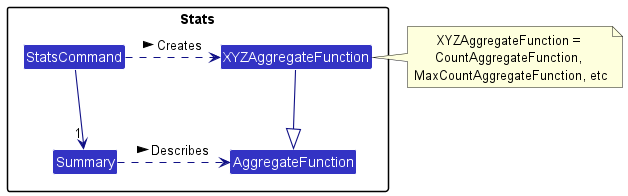
Above: docs/images/developerGuide/StatsCommandClassDiagram.png in nus-cs2103-AY2223S2/tp (PlantUML), before the change. Source of this version:
```plantuml
@startuml
!include ../style.puml
skinparam arrowThickness 1.1
skinparam arrowColor LOGIC_COLOR_T4
skinparam classBackgroundColor LOGIC_COLOR

package Stats {
Class StatsCommand
Class AggregateFunction
Class XYZAggregateFunction
Class Summary
}

StatsCommand .> XYZAggregateFunction : Creates >
XYZAggregateFunction --|> AggregateFunction
StatsCommand -DOWN-> "1" Summary
Summary .> AggregateFunction :Describes >

note right of XYZAggregateFunction: XYZAggregateFunction = \nCountAggregateFunction, \nMaxCountAggregateFunction, etc

@enduml
```
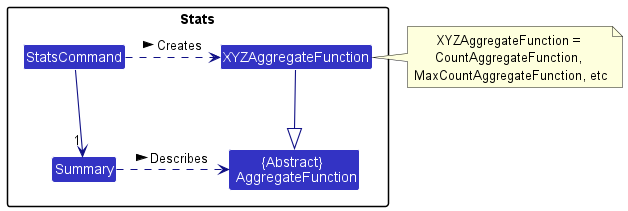
After the change.

Commit message:
Update class diagram for stats command

Diff of the diagram source:
```diff
@@ -6,15 +6,15 @@
 
 package Stats {
 Class StatsCommand
-Class AggregateFunction
+Class "{Abstract} \n AggregateFunction"
 Class XYZAggregateFunction
 Class Summary
 }
 
 StatsCommand .> XYZAggregateFunction : Creates >
-XYZAggregateFunction --|> AggregateFunction
+XYZAggregateFunction --|> "{Abstract} \n AggregateFunction"
 StatsCommand -DOWN-> "1" Summary
-Summary .> AggregateFunction :Describes >
+Summary .> "{Abstract} \n AggregateFunction" :Describes >
 
 note right of XYZAggregateFunction: XYZAggregateFunction = \nCountAggregateFunction, \nMaxCountAggregateFunction, etc
 
```
